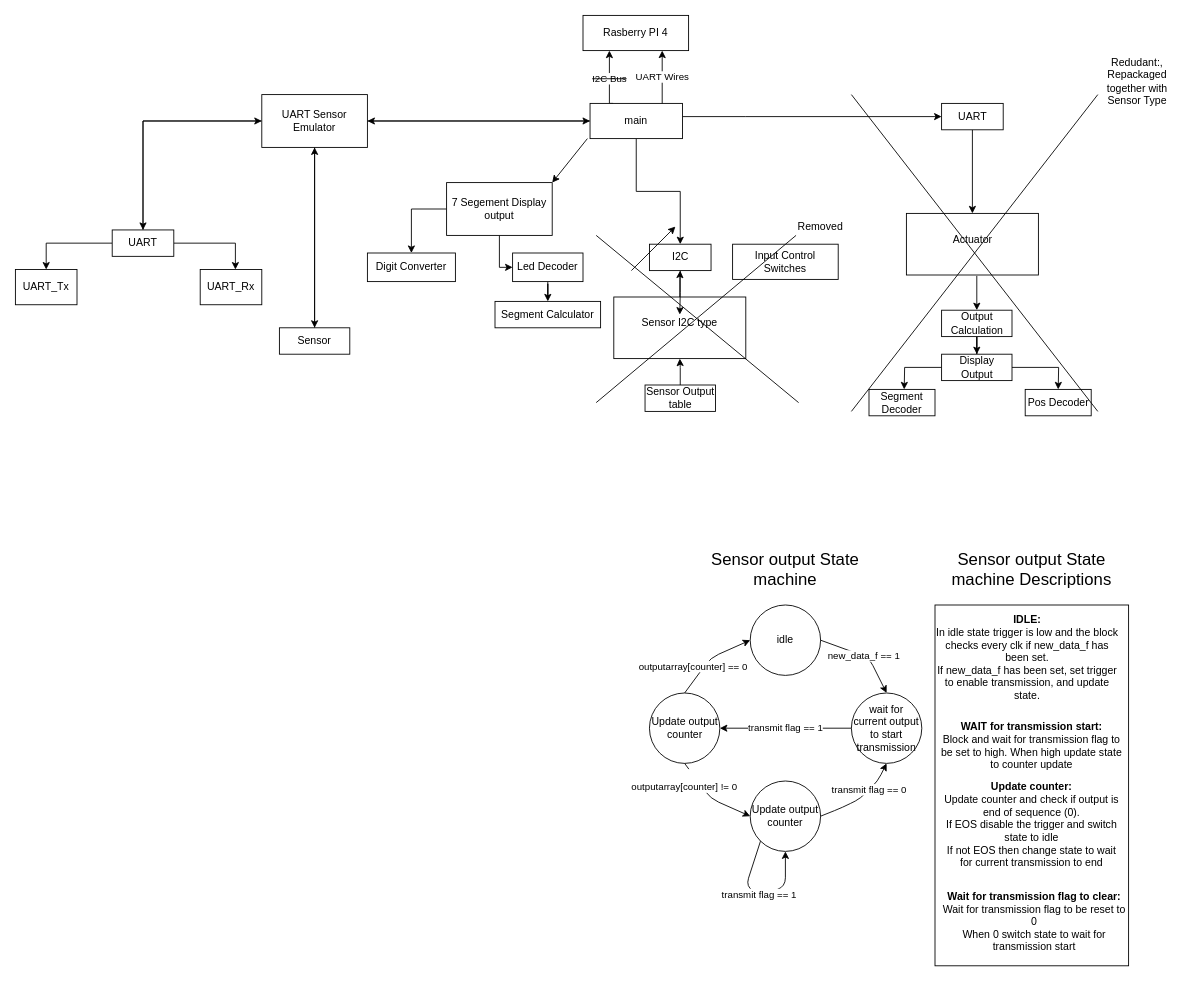
The draw.io diagram COMPE470L.drawio in Dkenner1/Test, before the edit. Source tidied: cells renumbered, new cells numbered last; positions are measured from the earlier drawing's top-left corner, leaving out a move shared by most shapes. Both pictures are drawn from the tidied source at 88%, with x=0, y=0 at pixel (15, 15).
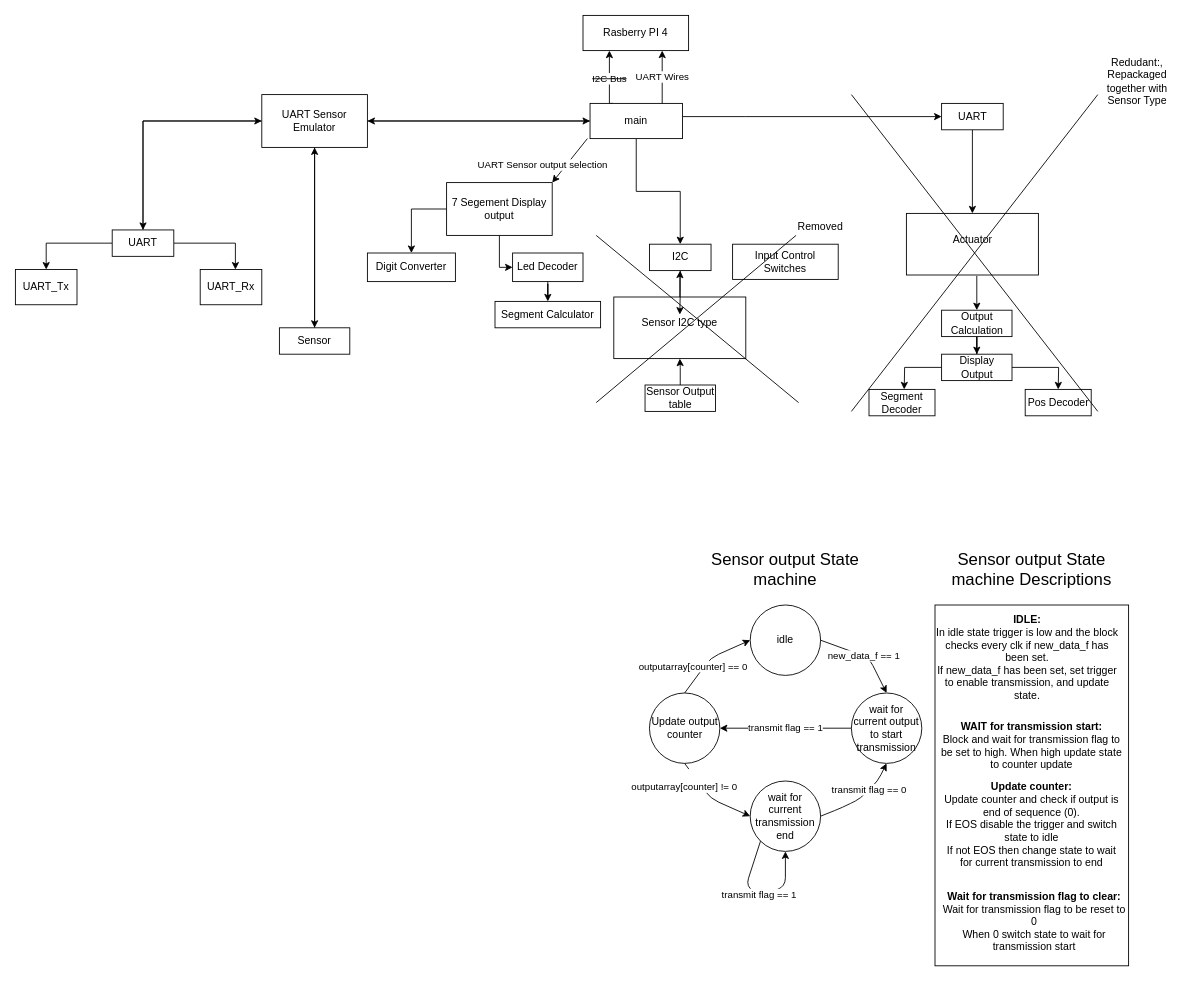
After the change.

Unchanged cells that the change refers to:
```xml
<mxCell id="68" value="7 Segement Display output" style="rounded=0;whiteSpace=wrap;html=1;" parent="1" vertex="1">
  <mxGeometry x="490" y="190" width="120" height="60" as="geometry" />
</mxCell>
```

Diff of the diagram source:
```diff
@@
-    <mxCell id="62" value="Update output counter" style="ellipse;whiteSpace=wrap;html=1;" parent="1" vertex="1">
+    <mxCell id="62" value="wait for current transmission end" style="ellipse;whiteSpace=wrap;html=1;" parent="1" vertex="1">
       <mxGeometry x="835" y="870" width="80" height="80" as="geometry" />
     </mxCell>
@@
-    <mxCell id="69" style="endArrow=classic;html=1;entryX=1;entryY=0;entryDx=0;entryDy=0;" parent="1" edge="1" target="68">
-      <mxGeometry relative="1" as="geometry">
+    <mxCell id="69" value="UART Sensor output selection" style="endArrow=classic;html=1;entryX=1;entryY=0;entryDx=0;entryDy=0;" parent="1" edge="1" target="68">
+      <mxGeometry x="0.71" y="-20" relative="1" as="geometry">
         <mxPoint x="650" y="140" as="sourcePoint" />
+        <mxPoint x="-1" as="offset" />
       </mxGeometry>
     </mxCell>
@@
-    <mxCell id="74" style="endArrow=classic;html=1;" parent="1" edge="1">
-      <mxGeometry relative="1" as="geometry">
-        <mxPoint x="700" y="290" as="sourcePoint" />
-        <mxPoint x="750" y="240" as="targetPoint" />
-      </mxGeometry>
-    </mxCell>
```
